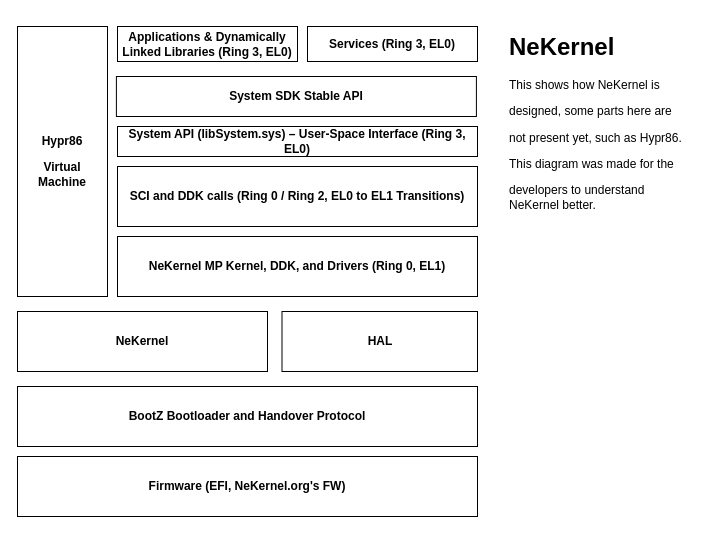
Earlier version of the draw.io diagram docs/drawio/SYSTEM_DESIGN.drawio (nekernel-org/nekernel). Source tidied: cells renumbered, new cells numbered last; positions are measured from the earlier drawing's top-left corner, leaving out a move shared by most shapes. Both pictures are drawn from the tidied source at 100%, with x=0, y=0 at pixel (17, 26).
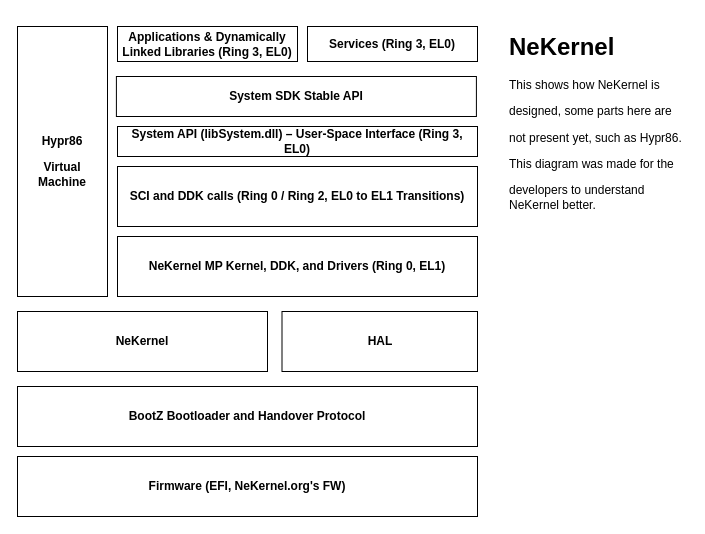
The same page after the edit.

Commit message (it also covers changes not shown here):
feat: Use `.dll` extension for `libSystem` instead of `.sys`

The edit, as a diff of the source:
```diff
@@
 <mxGraphModel>
   <root>
     <mxCell id="0" />
     <mxCell id="1" parent="0" />
-    <mxCell id="2" value="&lt;p class=&quot;p1&quot;&gt;&lt;b&gt;System API (libSystem.sys&lt;/b&gt;&lt;b style=&quot;background-color: transparent;&quot;&gt;) – User-Space Interface (Ring 3, EL0)&lt;/b&gt;&lt;/p&gt;" style="rounded=0;whiteSpace=wrap;html=1;" parent="1" vertex="1">
+    <mxCell id="2" value="&lt;p class=&quot;p1&quot;&gt;&lt;b&gt;System API (libSystem.dll&lt;/b&gt;&lt;b style=&quot;background-color: transparent;&quot;&gt;) – User-Space Interface (Ring 3, EL0)&lt;/b&gt;&lt;/p&gt;" style="rounded=0;whiteSpace=wrap;html=1;" parent="1" vertex="1">
       <mxGeometry x="100" y="100" width="360" height="30" as="geometry" />
     </mxCell>
     <mxCell id="3" value="&lt;p class=&quot;p1&quot;&gt;&lt;b&gt;Applications &amp;amp; Dynamically Linked Libraries (Ring 3, EL0)&lt;/b&gt;&lt;/p&gt;" style="rounded=0;whiteSpace=wrap;html=1;" parent="1" vertex="1">
       <mxGeometry x="100" width="180" height="35" as="geometry" />
     </mxCell>
     <mxCell id="4" value="&lt;p class=&quot;p1&quot;&gt;&lt;b&gt;NeKernel MP Kernel, DDK, and Drivers (Ring 0, EL1)&lt;/b&gt;&lt;/p&gt;" style="rounded=0;whiteSpace=wrap;html=1;" parent="1" vertex="1">
       <mxGeometry x="100" y="210" width="360" height="60" as="geometry" />
     </mxCell>
     <mxCell id="5" value="&lt;p class=&quot;p1&quot;&gt;&lt;b&gt;SCI and DDK calls (Ring 0 / Ring 2, EL0 to EL1 Transitions)&lt;/b&gt;&lt;/p&gt;" style="rounded=0;whiteSpace=wrap;html=1;" parent="1" vertex="1">
       <mxGeometry x="100" y="140" width="360" height="60" as="geometry" />
     </mxCell>
     <mxCell id="6" value="&lt;p class=&quot;p1&quot;&gt;&lt;b&gt;HAL&lt;/b&gt;&lt;/p&gt;" style="rounded=0;whiteSpace=wrap;html=1;" parent="1" vertex="1">
       <mxGeometry x="264.5" y="285" width="195.5" height="60" as="geometry" />
     </mxCell>
     <mxCell id="7" value="&lt;p class=&quot;p1&quot;&gt;&lt;b&gt;NeKernel&lt;/b&gt;&lt;/p&gt;" style="rounded=0;whiteSpace=wrap;html=1;" parent="1" vertex="1">
       <mxGeometry y="285" width="250" height="60" as="geometry" />
     </mxCell>
     <mxCell id="8" value="&lt;p class=&quot;p1&quot;&gt;&lt;b&gt;BootZ Bootloader and Handover Protocol&lt;/b&gt;&lt;/p&gt;" style="rounded=0;whiteSpace=wrap;html=1;" parent="1" vertex="1">
       <mxGeometry y="360" width="460" height="60" as="geometry" />
     </mxCell>
     <mxCell id="9" value="&lt;p class=&quot;p1&quot;&gt;&lt;b&gt;Firmware (EFI, NeKernel.org's FW)&lt;/b&gt;&lt;/p&gt;" style="rounded=0;whiteSpace=wrap;html=1;" parent="1" vertex="1">
       <mxGeometry y="430" width="460" height="60" as="geometry" />
     </mxCell>
     <mxCell id="10" value="&lt;p class=&quot;p1&quot;&gt;&lt;b&gt;System SDK Stable API&lt;/b&gt;&lt;/p&gt;" style="rounded=0;whiteSpace=wrap;html=1;" parent="1" vertex="1">
       <mxGeometry x="98.9" y="50" width="360" height="40" as="geometry" />
     </mxCell>
     <mxCell id="11" value="&lt;p class=&quot;p1&quot;&gt;&lt;b&gt;Services (Ring 3, EL0)&lt;/b&gt;&lt;/p&gt;" style="rounded=0;whiteSpace=wrap;html=1;" parent="1" vertex="1">
       <mxGeometry x="290" width="170" height="35" as="geometry" />
     </mxCell>
     <mxCell id="12" value="&lt;p class=&quot;p1&quot;&gt;&lt;b&gt;Hypr86&lt;/b&gt;&lt;/p&gt;&lt;p class=&quot;p1&quot;&gt;&lt;b&gt;Virtual Machine&lt;/b&gt;&lt;/p&gt;" style="rounded=0;whiteSpace=wrap;html=1;" parent="1" vertex="1">
       <mxGeometry width="90" height="270" as="geometry" />
     </mxCell>
     <mxCell id="13" value="&lt;h1 style=&quot;margin-top: 0px;&quot;&gt;NeKernel&lt;/h1&gt;&lt;p&gt;This shows how NeKernel is&lt;/p&gt;&lt;p&gt;designed, some parts here are&lt;/p&gt;&lt;p&gt;not present yet, such as Hypr86.&lt;/p&gt;&lt;p&gt;This diagram was made for the&lt;/p&gt;&lt;p&gt;developers to understand NeKernel better.&lt;/p&gt;" style="text;html=1;whiteSpace=wrap;overflow=hidden;rounded=0;" parent="1" vertex="1">
       <mxGeometry x="490" width="180" height="190" as="geometry" />
     </mxCell>
   </root>
 </mxGraphModel>
```
